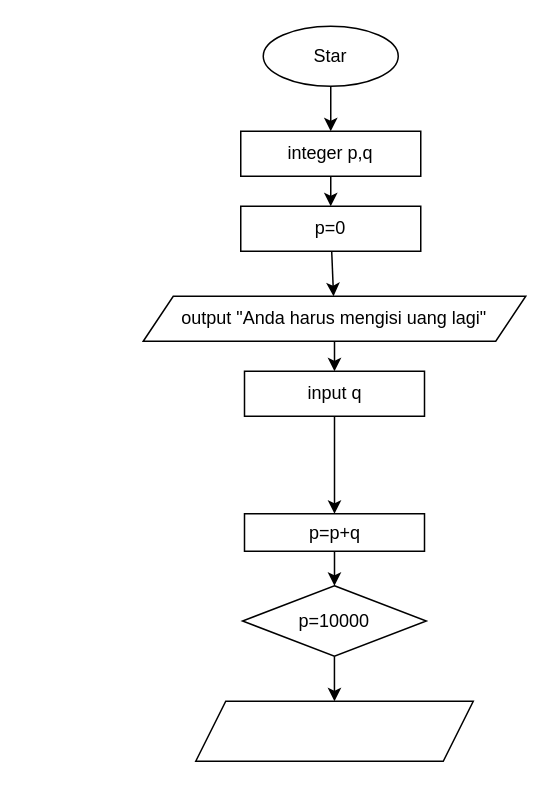
maulliidda/MaulidaFP12 keeps this draw.io diagram as flowchart.drawio. Above is the earlier version. Source tidied: cells renumbered, new cells numbered last; positions are measured from the earlier drawing's top-left corner, leaving out a move shared by most shapes. Both pictures are drawn from the tidied source at 150%, with x=0, y=0 at pixel (142, 26).
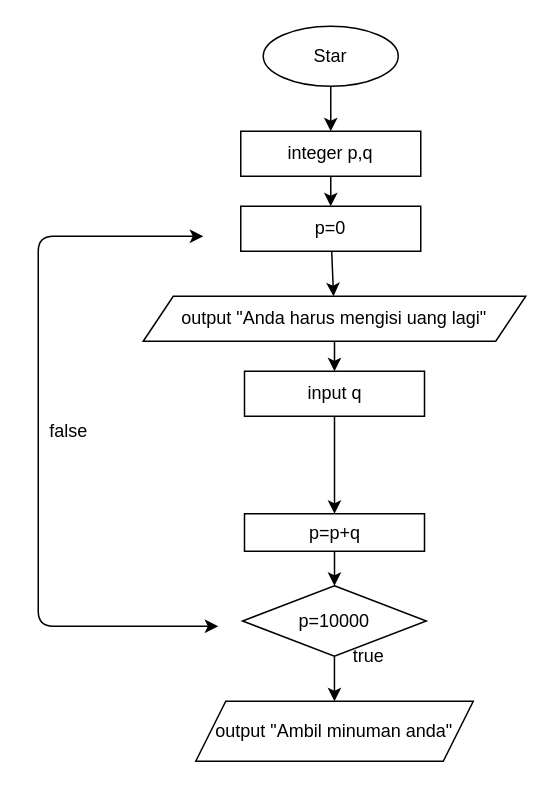
The same page after the edit.

Commit message:
input false so comeback in p=0

What changed in the source:
```diff
@@
-    <mxCell id="16" style="shape=parallelogram;perimeter=parallelogramPerimeter;whiteSpace=wrap;html=1;fixedSize=1;" parent="1" vertex="1">
+    <mxCell id="16" value="output &quot;Ambil minuman anda&quot;" style="shape=parallelogram;perimeter=parallelogramPerimeter;whiteSpace=wrap;html=1;fixedSize=1;" parent="1" vertex="1">
       <mxGeometry x="35" y="450" width="185" height="40" as="geometry" />
     </mxCell>
+    <mxCell id="17" style="endArrow=classic;startArrow=classic;html=1;" parent="1" edge="1">
+      <mxGeometry relative="1" as="geometry">
+        <mxPoint x="50" y="400" as="sourcePoint" />
+        <mxPoint x="40" y="140" as="targetPoint" />
+        <Array as="points">
+          <mxPoint x="-70" y="400" />
+          <mxPoint x="-70" y="340" />
+          <mxPoint x="-70" y="140" />
+        </Array>
+      </mxGeometry>
+    </mxCell>
+    <mxCell id="18" value="true" style="text;html=1;align=center;verticalAlign=middle;strokeColor=none;fillColor=none;" parent="1" vertex="1">
+      <mxGeometry x="130" y="410" width="40" height="20" as="geometry" />
+    </mxCell>
+    <mxCell id="19" value="false" style="text;html=1;align=center;verticalAlign=middle;strokeColor=none;fillColor=none;" parent="1" vertex="1">
+      <mxGeometry x="-70" y="260" width="40" height="20" as="geometry" />
+    </mxCell>
```
